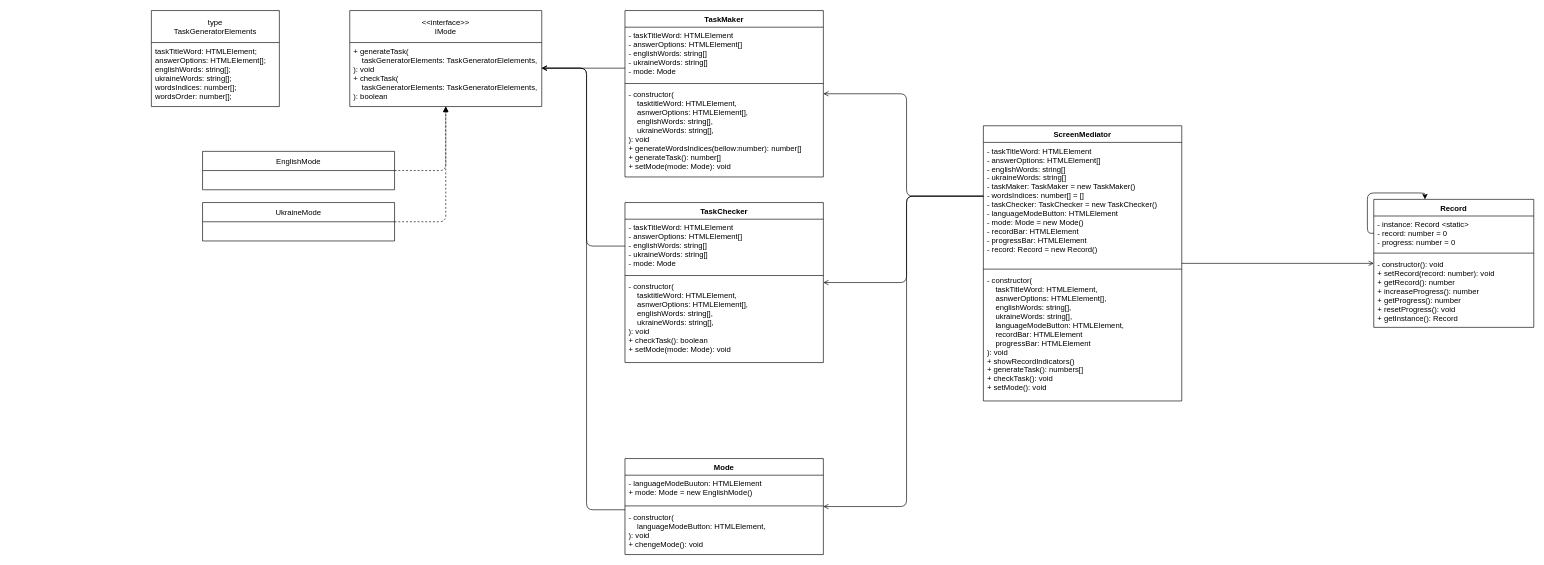
Before: diagrams/classes-diagram.dio in Dmytriy-OL/DesignPaternsLab6, a draw.io diagram. Source tidied: cells renumbered, new cells numbered last; positions are measured from the earlier drawing's top-left corner, leaving out a move shared by most shapes. Both pictures are drawn from the tidied source at 64%, with x=0, y=0 at pixel (151, 10).
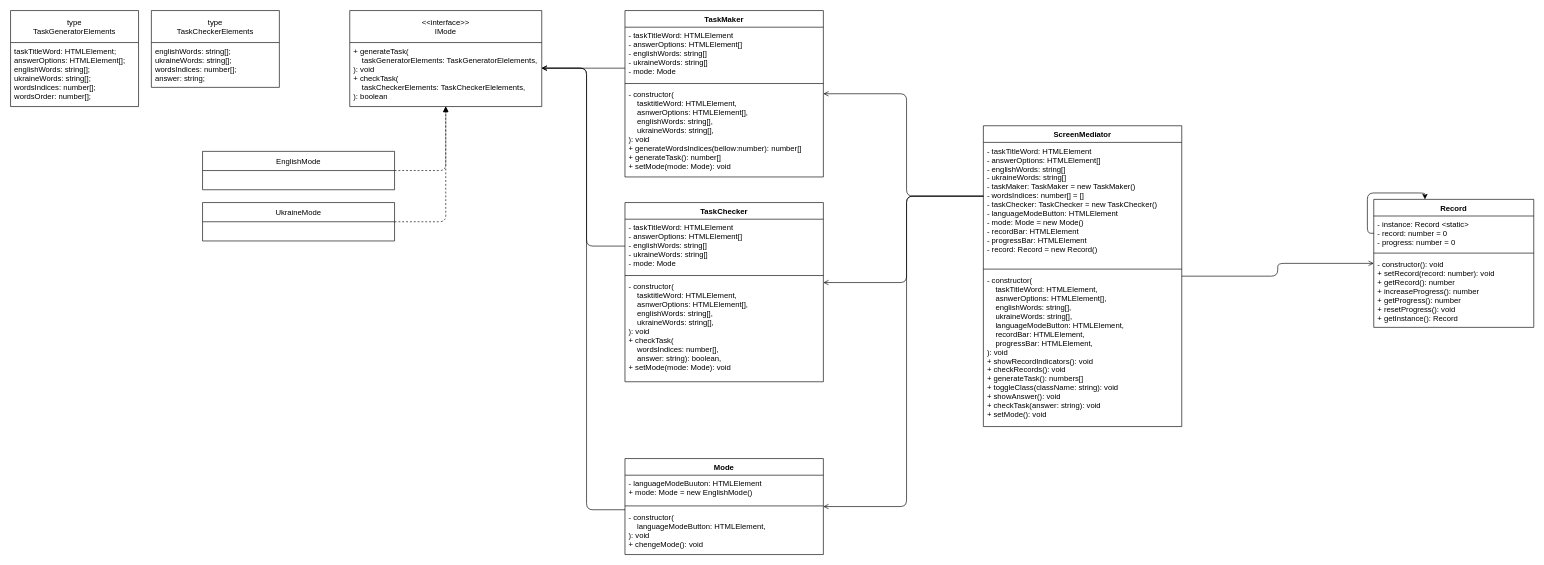
The same page after the edit.

The change refers to these unchanged cells:
```xml
<mxCell id="11" value="&lt;&lt;interface&gt;&gt;&#10;IMode" style="swimlane;fontStyle=0;horizontal=1;startSize=50;fillColor=none;" parent="1" vertex="1">
  <mxGeometry x="310" width="300" height="150" as="geometry" />
</mxCell>
```

What changed in the source:
```diff
@@
-    <mxCell id="12" value="+ generateTask(&#10;    taskGeneratorElements: TaskGeneratorElelements,&#10;): void&#10;+ checkTask(&#10;    taskGeneratorElements: TaskGeneratorElelements,&#10;): boolean" style="text;strokeColor=none;fillColor=none;align=left;verticalAlign=top;spacingLeft=4;spacingRight=4;overflow=hidden;" parent="11" vertex="1">
+    <mxCell id="12" value="+ generateTask(&#10;    taskGeneratorElements: TaskGeneratorElelements,&#10;): void&#10;+ checkTask(&#10;    taskCheckerElements: TaskCheckerElelements,&#10;): boolean" style="text;strokeColor=none;fillColor=none;align=left;verticalAlign=top;spacingLeft=4;spacingRight=4;overflow=hidden;" parent="11" vertex="1">
       <mxGeometry y="50" width="300" height="100" as="geometry" />
     </mxCell>
@@
     <mxCell id="18" value="TaskChecker" style="swimlane;fontStyle=1;align=center;verticalAlign=top;horizontal=1;startSize=26;" parent="1" vertex="1">
-      <mxGeometry x="740" y="300" width="310" height="250" as="geometry" />
+      <mxGeometry x="740" y="300" width="310" height="280" as="geometry" />
     </mxCell>
@@
-    <mxCell id="21" value="- constructor(&#10;    tasktitleWord: HTMLElement,&#10;    asnwerOptions: HTMLElement[],&#10;    englishWords: string[],&#10;    ukraineWords: string[],&#10;): void&#10;+ checkTask(): boolean&#10;+ setMode(mode: Mode): void" style="text;strokeColor=none;fillColor=none;align=left;verticalAlign=top;spacingLeft=4;spacingRight=4;overflow=hidden;" parent="18" vertex="1">
-      <mxGeometry y="118" width="310" height="132" as="geometry" />
+    <mxCell id="21" value="- constructor(&#10;    tasktitleWord: HTMLElement,&#10;    asnwerOptions: HTMLElement[],&#10;    englishWords: string[],&#10;    ukraineWords: string[],&#10;): void&#10;+ checkTask(&#10;    wordsIndices: number[], &#10;    answer: string): boolean,&#10;+ setMode(mode: Mode): void" style="text;strokeColor=none;fillColor=none;align=left;verticalAlign=top;spacingLeft=4;spacingRight=4;overflow=hidden;" parent="18" vertex="1">
+      <mxGeometry y="118" width="310" height="162" as="geometry" />
     </mxCell>
@@
     <mxCell id="26" value="ScreenMediator" style="swimlane;fontStyle=1;align=center;verticalAlign=top;horizontal=1;startSize=26;" parent="1" vertex="1">
-      <mxGeometry x="1300" y="180" width="310" height="430" as="geometry" />
+      <mxGeometry x="1300" y="180" width="310" height="470" as="geometry" />
     </mxCell>
@@
-    <mxCell id="29" value="- constructor(&#10;    taskTitleWord: HTMLElement,&#10;    asnwerOptions: HTMLElement[],&#10;    englishWords: string[],&#10;    ukraineWords: string[],&#10;    languageModeButton: HTMLElement,&#10;    recordBar: HTMLElement&#10;    progressBar: HTMLElement&#10;): void&#10;+ showRecordIndicators()&#10;+ generateTask(): numbers[]&#10;+ checkTask(): void&#10;+ setMode(): void" style="text;strokeColor=none;fillColor=none;align=left;verticalAlign=top;spacingLeft=4;spacingRight=4;overflow=hidden;" parent="26" vertex="1">
-      <mxGeometry y="228" width="310" height="202" as="geometry" />
+    <mxCell id="29" value="- constructor(&#10;    taskTitleWord: HTMLElement,&#10;    asnwerOptions: HTMLElement[],&#10;    englishWords: string[],&#10;    ukraineWords: string[],&#10;    languageModeButton: HTMLElement,&#10;    recordBar: HTMLElement,&#10;    progressBar: HTMLElement,&#10;): void&#10;+ showRecordIndicators(): void&#10;+ checkRecords(): void&#10;+ generateTask(): numbers[]&#10;+ toggleClass(className: string): void&#10;+ showAnswer(): void&#10;+ checkTask(answer: string): void&#10;+ setMode(): void" style="text;strokeColor=none;fillColor=none;align=left;verticalAlign=top;spacingLeft=4;spacingRight=4;overflow=hidden;" parent="26" vertex="1">
+      <mxGeometry y="228" width="310" height="242" as="geometry" />
     </mxCell>
@@
-    <mxCell id="36" value="type&#10;TaskGeneratorElements" style="swimlane;fontStyle=0;horizontal=1;startSize=50;fillColor=none;" parent="1" vertex="1">
-      <mxGeometry width="200" height="150" as="geometry" />
+    <mxCell id="36" value="type&#10;TaskCheckerElements" style="swimlane;fontStyle=0;horizontal=1;startSize=50;fillColor=none;" parent="1" vertex="1">
+      <mxGeometry width="200" height="120" as="geometry" />
     </mxCell>
-    <mxCell id="37" value="taskTitleWord: HTMLElement;&#10;answerOptions: HTMLElement[];&#10;englishWords: string[];&#10;ukraineWords: string[];&#10;wordsIndices: number[];&#10;wordsOrder: number[];" style="text;strokeColor=none;fillColor=none;align=left;verticalAlign=top;spacingLeft=4;spacingRight=4;overflow=hidden;" parent="36" vertex="1">
-      <mxGeometry y="50" width="200" height="100" as="geometry" />
+    <mxCell id="37" value="englishWords: string[];&#10;ukraineWords: string[];&#10;wordsIndices: number[];&#10;answer: string;" style="text;strokeColor=none;fillColor=none;align=left;verticalAlign=top;spacingLeft=4;spacingRight=4;overflow=hidden;" parent="36" vertex="1">
+      <mxGeometry y="50" width="200" height="70" as="geometry" />
     </mxCell>
+    <mxCell id="38" value="type&#10;TaskGeneratorElements" style="swimlane;fontStyle=0;horizontal=1;startSize=50;fillColor=none;" parent="1" vertex="1">
+      <mxGeometry x="-220" width="200" height="150" as="geometry" />
+    </mxCell>
+    <mxCell id="39" value="taskTitleWord: HTMLElement;&#10;answerOptions: HTMLElement[];&#10;englishWords: string[];&#10;ukraineWords: string[];&#10;wordsIndices: number[];&#10;wordsOrder: number[];" style="text;strokeColor=none;fillColor=none;align=left;verticalAlign=top;spacingLeft=4;spacingRight=4;overflow=hidden;" parent="38" vertex="1">
+      <mxGeometry y="50" width="200" height="100" as="geometry" />
+    </mxCell>
```
